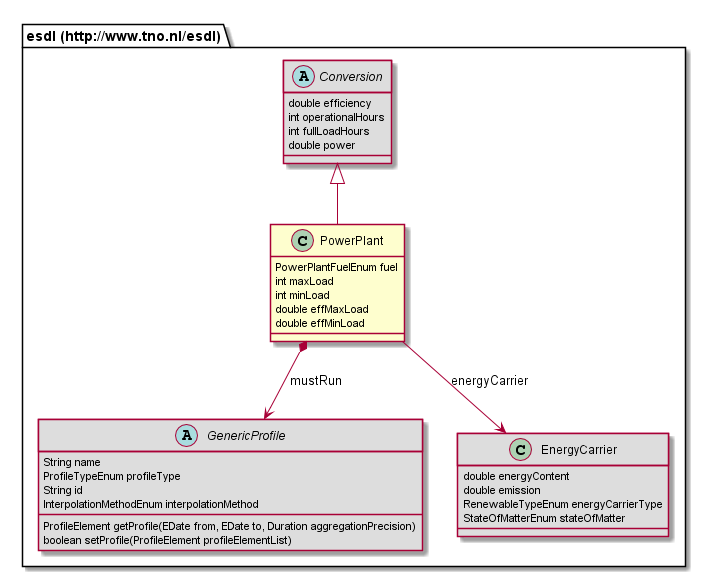
Above: 687474703a2f2f7777772e746e6f2e6e6c2f6573646c/PowerPlant.png in EnergyTransition/energytransition.github.io (PlantUML), before the change.
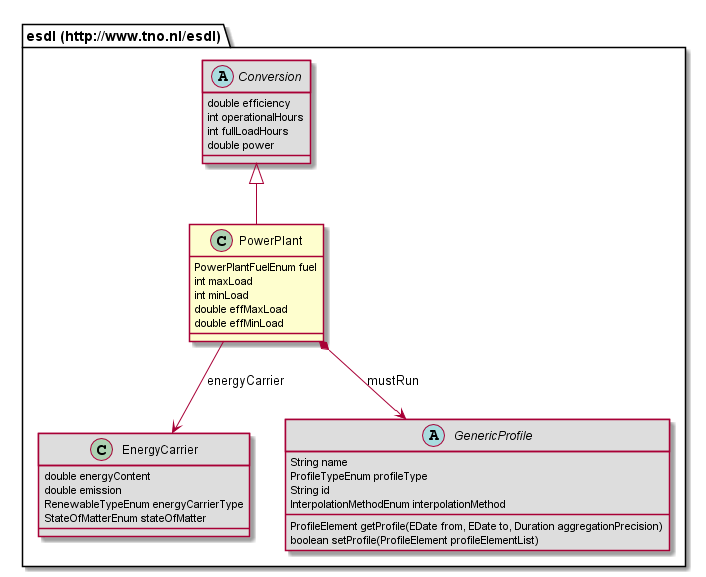
After the commit.

Change to the diagram source:
```diff
@@ -12,6 +12,12 @@
 	int fullLoadHours
 	double power
 }
+class "esdl (http://www.tno.nl/esdl).EnergyCarrier" [[#router/doc-content/687474703a2f2f7777772e746e6f2e6e6c2f6573646c/EnergyCarrier.html{Defines a carrier of energy with its emission and energy content properties}]] #DDDDDD {
+	double energyContent
+	double emission
+	RenewableTypeEnum energyCarrierType
+	StateOfMatterEnum stateOfMatter
+}
 abstract class "esdl (http://www.tno.nl/esdl).GenericProfile" [[#router/doc-content/687474703a2f2f7777772e746e6f2e6e6c2f6573646c/GenericProfile.html{All profiles should describe these fields: a name and a ProfileType. }]] #DDDDDD {
 	String name
 	ProfileTypeEnum profileType
@@ -20,12 +26,6 @@
 	ProfileElement getProfile(EDate from, EDate to, Duration aggregationPrecision)
 	boolean setProfile(ProfileElement profileElementList)
 }
-class "esdl (http://www.tno.nl/esdl).EnergyCarrier" [[#router/doc-content/687474703a2f2f7777772e746e6f2e6e6c2f6573646c/EnergyCarrier.html{Defines a carrier of energy with its emission and energy content properties}]] #DDDDDD {
-	double energyContent
-	double emission
-	RenewableTypeEnum energyCarrierType
-	StateOfMatterEnum stateOfMatter
-}
 "esdl (http://www.tno.nl/esdl).Conversion" <|-- "esdl (http://www.tno.nl/esdl).PowerPlant"
 "esdl (http://www.tno.nl/esdl).PowerPlant" --> "esdl (http://www.tno.nl/esdl).EnergyCarrier" : energyCarrier
 "esdl (http://www.tno.nl/esdl).PowerPlant" *--> "esdl (http://www.tno.nl/esdl).GenericProfile" : mustRun
```
